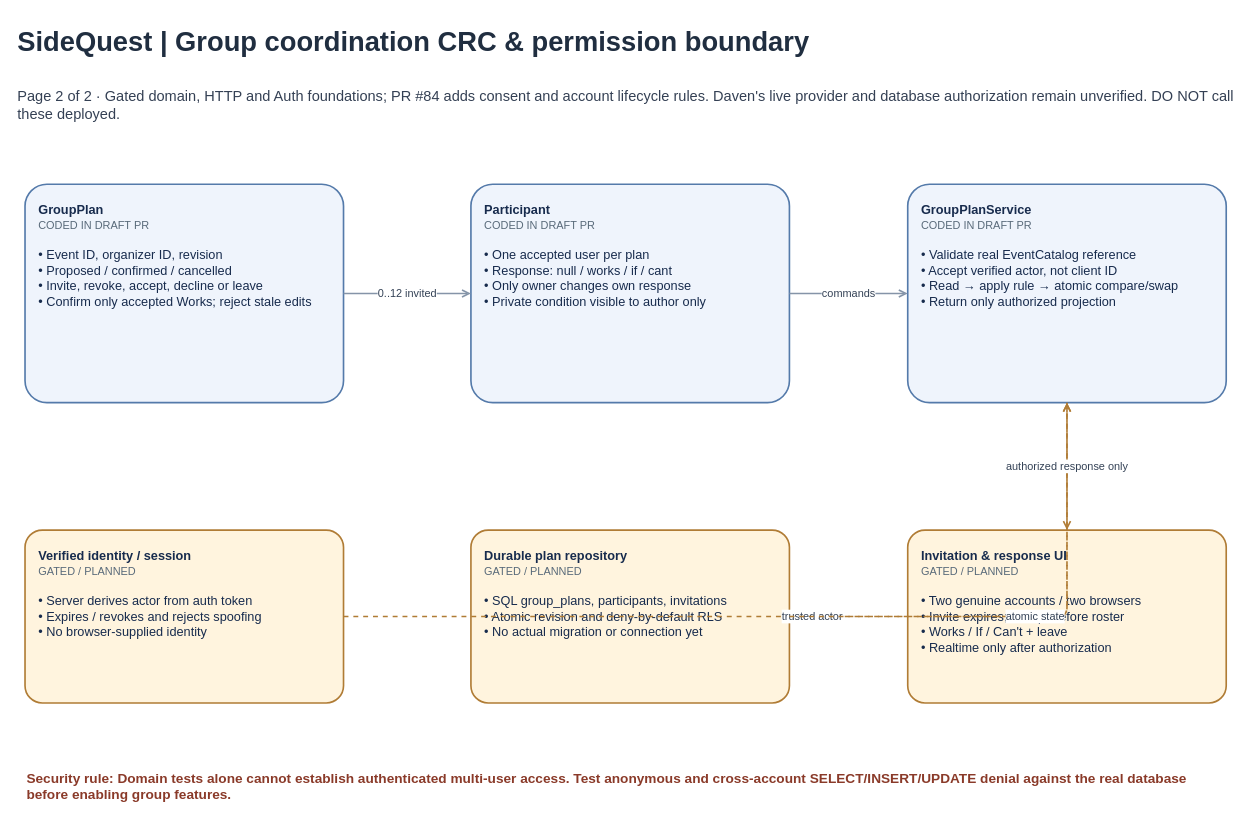
Earlier version of the draw.io diagram page "Group CRC - Gated Collaboration" (2 of 2) of docs/diagrams/FINAL_PROJECT_CRC.drawio (haiiroWednesday/SideQuest-CSCI187). Source tidied: cells renumbered, new cells numbered last; positions are measured from the earlier drawing's top-left corner, leaving out a move shared by most shapes. Both pictures are drawn from the tidied source at 91%, with x=0, y=0 at pixel (15, 15).
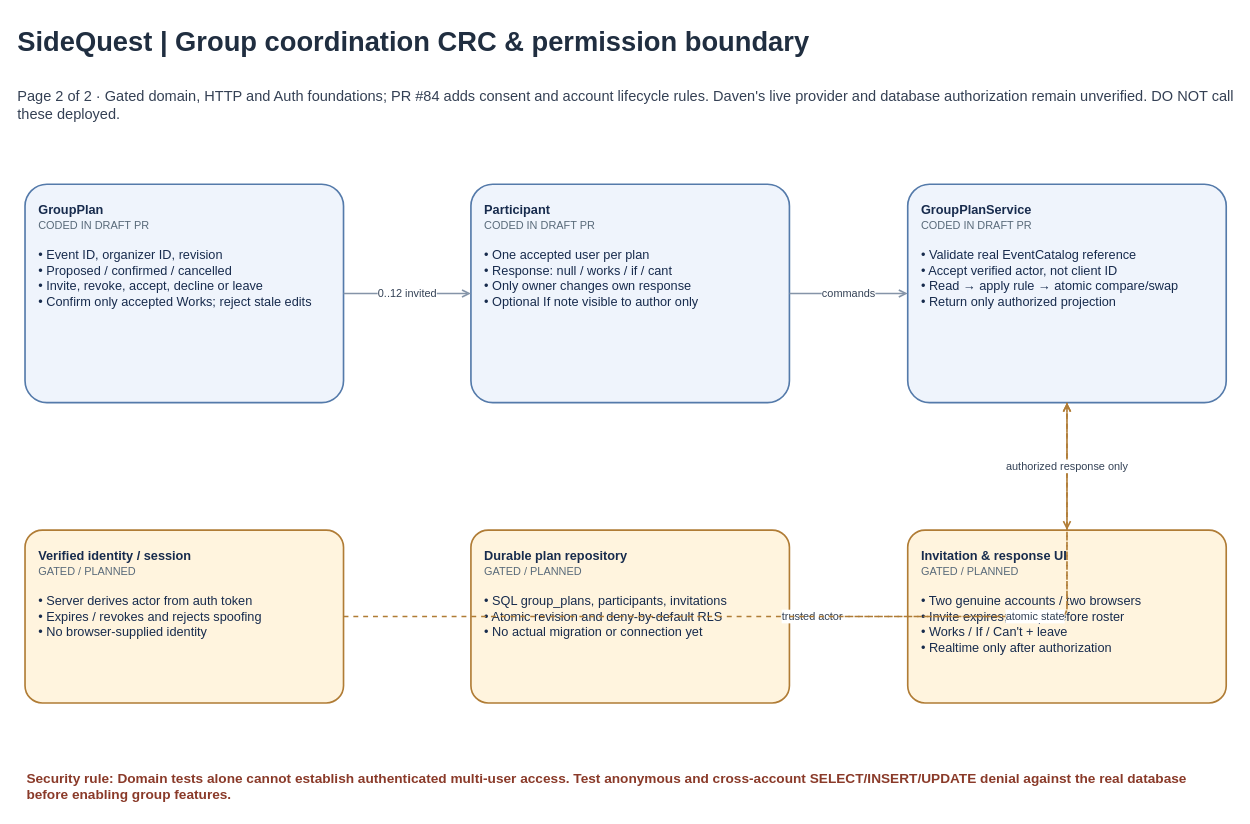
The same diagram, later.

Commit message:
docs(groups): align architecture with optional private notes and one-tap responses

Diff of the diagram source:
```diff
@@
 <mxGraphModel>
   <root>
     <mxCell id="0" />
     <mxCell id="1" parent="0" />
     <mxCell id="2" value="SideQuest  |  Group coordination CRC &amp; permission boundary" style="text;html=1;whiteSpace=wrap;align=left;verticalAlign=middle;strokeColor=none;fillColor=none;fontFamily=Helvetica;fontSize=15;fontColor=#344054;fontSize=30;fontStyle=1;fontColor=#202E40;" parent="1" vertex="1">
       <mxGeometry width="1340" height="55" as="geometry" />
     </mxCell>
     <mxCell id="3" value="Page 2 of 2 · Gated domain, HTTP and Auth foundations; PR #84 adds consent and account lifecycle rules. Daven's live provider and database authorization remain unverified. DO NOT call these deployed." style="text;html=1;whiteSpace=wrap;align=left;verticalAlign=middle;strokeColor=none;fillColor=none;fontFamily=Helvetica;fontSize=15;fontColor=#344054;fontSize=16;" parent="1" vertex="1">
       <mxGeometry y="63" width="1340" height="70" as="geometry" />
     </mxCell>
     <mxCell id="4" value="&lt;b&gt;GroupPlan&lt;/b&gt;&lt;br/&gt;&lt;font color=&quot;#596A7A&quot; style=&quot;font-size:12px&quot;&gt;CODED IN DRAFT PR&lt;/font&gt;&lt;br/&gt;&lt;br/&gt;• Event ID, organizer ID, revision&lt;br/&gt;• Proposed / confirmed / cancelled&lt;br/&gt;• Invite, revoke, accept, decline or leave&lt;br/&gt;• Confirm only accepted Works; reject stale edits" style="rounded=1;arcSize=10;whiteSpace=wrap;html=1;align=left;verticalAlign=top;spacing=15;fillColor=#EFF4FC;strokeColor=#547AAA;strokeWidth=1.8;fontFamily=Helvetica;fontSize=14;fontColor=#172B4D;" parent="1" vertex="1">
       <mxGeometry x="10" y="185" width="350" height="240" as="geometry" />
     </mxCell>
-    <mxCell id="5" value="&lt;b&gt;Participant&lt;/b&gt;&lt;br/&gt;&lt;font color=&quot;#596A7A&quot; style=&quot;font-size:12px&quot;&gt;CODED IN DRAFT PR&lt;/font&gt;&lt;br/&gt;&lt;br/&gt;• One accepted user per plan&lt;br/&gt;• Response: null / works / if / cant&lt;br/&gt;• Only owner changes own response&lt;br/&gt;• Private condition visible to author only" style="rounded=1;arcSize=10;whiteSpace=wrap;html=1;align=left;verticalAlign=top;spacing=15;fillColor=#EFF4FC;strokeColor=#547AAA;strokeWidth=1.8;fontFamily=Helvetica;fontSize=14;fontColor=#172B4D;" parent="1" vertex="1">
+    <mxCell id="5" value="&lt;b&gt;Participant&lt;/b&gt;&lt;br/&gt;&lt;font color=&quot;#596A7A&quot; style=&quot;font-size:12px&quot;&gt;CODED IN DRAFT PR&lt;/font&gt;&lt;br/&gt;&lt;br/&gt;• One accepted user per plan&lt;br/&gt;• Response: null / works / if / cant&lt;br/&gt;• Only owner changes own response&lt;br/&gt;• Optional If note visible to author only" style="rounded=1;arcSize=10;whiteSpace=wrap;html=1;align=left;verticalAlign=top;spacing=15;fillColor=#EFF4FC;strokeColor=#547AAA;strokeWidth=1.8;fontFamily=Helvetica;fontSize=14;fontColor=#172B4D;" parent="1" vertex="1">
       <mxGeometry x="500" y="185" width="350" height="240" as="geometry" />
     </mxCell>
     <mxCell id="6" value="&lt;b&gt;GroupPlanService&lt;/b&gt;&lt;br/&gt;&lt;font color=&quot;#596A7A&quot; style=&quot;font-size:12px&quot;&gt;CODED IN DRAFT PR&lt;/font&gt;&lt;br/&gt;&lt;br/&gt;• Validate real EventCatalog reference&lt;br/&gt;• Accept verified actor, not client ID&lt;br/&gt;• Read → apply rule → atomic compare/swap&lt;br/&gt;• Return only authorized projection" style="rounded=1;arcSize=10;whiteSpace=wrap;html=1;align=left;verticalAlign=top;spacing=15;fillColor=#EFF4FC;strokeColor=#547AAA;strokeWidth=1.8;fontFamily=Helvetica;fontSize=14;fontColor=#172B4D;" parent="1" vertex="1">
       <mxGeometry x="980" y="185" width="350" height="240" as="geometry" />
     </mxCell>
     <mxCell id="7" value="&lt;b&gt;Verified identity / session&lt;/b&gt;&lt;br/&gt;&lt;font color=&quot;#596A7A&quot; style=&quot;font-size:12px&quot;&gt;GATED / PLANNED&lt;/font&gt;&lt;br/&gt;&lt;br/&gt;• Server derives actor from auth token&lt;br/&gt;• Expires / revokes and rejects spoofing&lt;br/&gt;• No browser-supplied identity" style="rounded=1;arcSize=10;whiteSpace=wrap;html=1;align=left;verticalAlign=top;spacing=15;fillColor=#FFF4DE;strokeColor=#B07C35;strokeWidth=1.8;fontFamily=Helvetica;fontSize=14;fontColor=#172B4D;" parent="1" vertex="1">
       <mxGeometry x="10" y="565" width="350" height="190" as="geometry" />
     </mxCell>
     <mxCell id="8" value="&lt;b&gt;Durable plan repository&lt;/b&gt;&lt;br/&gt;&lt;font color=&quot;#596A7A&quot; style=&quot;font-size:12px&quot;&gt;GATED / PLANNED&lt;/font&gt;&lt;br/&gt;&lt;br/&gt;• SQL group_plans, participants, invitations&lt;br/&gt;• Atomic revision and deny-by-default RLS&lt;br/&gt;• No actual migration or connection yet" style="rounded=1;arcSize=10;whiteSpace=wrap;html=1;align=left;verticalAlign=top;spacing=15;fillColor=#FFF4DE;strokeColor=#B07C35;strokeWidth=1.8;fontFamily=Helvetica;fontSize=14;fontColor=#172B4D;" parent="1" vertex="1">
       <mxGeometry x="500" y="565" width="350" height="190" as="geometry" />
     </mxCell>
     <mxCell id="9" value="&lt;b&gt;Invitation &amp;amp; response UI&lt;/b&gt;&lt;br/&gt;&lt;font color=&quot;#596A7A&quot; style=&quot;font-size:12px&quot;&gt;GATED / PLANNED&lt;/font&gt;&lt;br/&gt;&lt;br/&gt;• Two genuine accounts / two browsers&lt;br/&gt;• Invite expires; accept before roster&lt;br/&gt;• Works / If / Can&amp;apos;t + leave&lt;br/&gt;• Realtime only after authorization" style="rounded=1;arcSize=10;whiteSpace=wrap;html=1;align=left;verticalAlign=top;spacing=15;fillColor=#FFF4DE;strokeColor=#B07C35;strokeWidth=1.8;fontFamily=Helvetica;fontSize=14;fontColor=#172B4D;" parent="1" vertex="1">
       <mxGeometry x="980" y="565" width="350" height="190" as="geometry" />
     </mxCell>
     <mxCell id="10" value="Security rule: Domain tests alone cannot establish authenticated multi-user access. Test anonymous and cross-account SELECT/INSERT/UPDATE denial against the real database before enabling group features." style="text;html=1;whiteSpace=wrap;align=left;verticalAlign=middle;strokeColor=none;fillColor=none;fontFamily=Helvetica;fontSize=15;fontColor=#344054;fontSize=15;fontStyle=1;fontColor=#8A3A29;" parent="1" vertex="1">
       <mxGeometry x="10" y="820" width="1320" height="52" as="geometry" />
     </mxCell>
     <mxCell id="11" value="0..12 invited" style="edgeStyle=orthogonalEdgeStyle;rounded=1;jettySize=auto;html=1;strokeColor=#8594A8;strokeWidth=1.8;endArrow=open;endFill=0;fontSize=12;fontColor=#334155;labelBackgroundColor=#FFFFFF;" parent="1" edge="1" source="4" target="5">
       <mxGeometry relative="1" as="geometry" />
     </mxCell>
     <mxCell id="12" value="commands" style="edgeStyle=orthogonalEdgeStyle;rounded=1;jettySize=auto;html=1;strokeColor=#8594A8;strokeWidth=1.8;endArrow=open;endFill=0;fontSize=12;fontColor=#334155;labelBackgroundColor=#FFFFFF;" parent="1" edge="1" source="5" target="6">
       <mxGeometry relative="1" as="geometry" />
     </mxCell>
     <mxCell id="13" value="trusted actor" style="edgeStyle=orthogonalEdgeStyle;rounded=1;jettySize=auto;html=1;strokeColor=#8594A8;strokeWidth=1.8;endArrow=open;endFill=0;fontSize=12;fontColor=#334155;labelBackgroundColor=#FFFFFF;dashed=1;strokeColor=#B07C35;" parent="1" edge="1" source="7" target="6">
       <mxGeometry relative="1" as="geometry" />
     </mxCell>
     <mxCell id="14" value="atomic state" style="edgeStyle=orthogonalEdgeStyle;rounded=1;jettySize=auto;html=1;strokeColor=#8594A8;strokeWidth=1.8;endArrow=open;endFill=0;fontSize=12;fontColor=#334155;labelBackgroundColor=#FFFFFF;dashed=1;strokeColor=#B07C35;" parent="1" edge="1" source="8" target="6">
       <mxGeometry relative="1" as="geometry" />
     </mxCell>
     <mxCell id="15" value="authorized response only" style="edgeStyle=orthogonalEdgeStyle;rounded=1;jettySize=auto;html=1;strokeColor=#8594A8;strokeWidth=1.8;endArrow=open;endFill=0;fontSize=12;fontColor=#334155;labelBackgroundColor=#FFFFFF;dashed=1;strokeColor=#B07C35;" parent="1" edge="1" source="6" target="9">
       <mxGeometry relative="1" as="geometry" />
     </mxCell>
   </root>
 </mxGraphModel>
```
